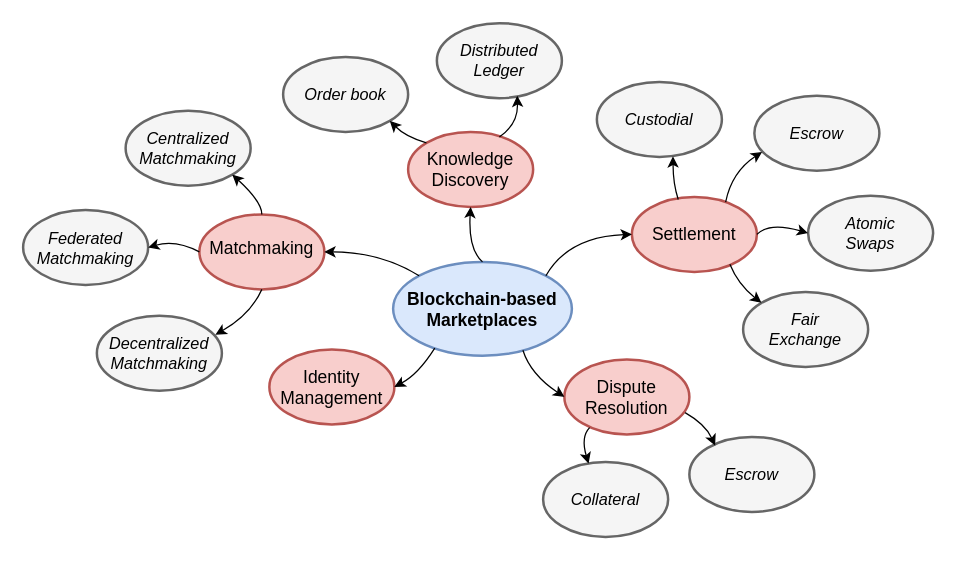
Earlier version of the draw.io diagram introduction/assets/decomposition.drawio (devos50/phd-thesis). Source tidied: cells renumbered, new cells numbered last; positions are measured from the earlier drawing's top-left corner, leaving out a move shared by most shapes. Both pictures are drawn from the tidied source at 125%, with x=0, y=0 at pixel (22, 22).
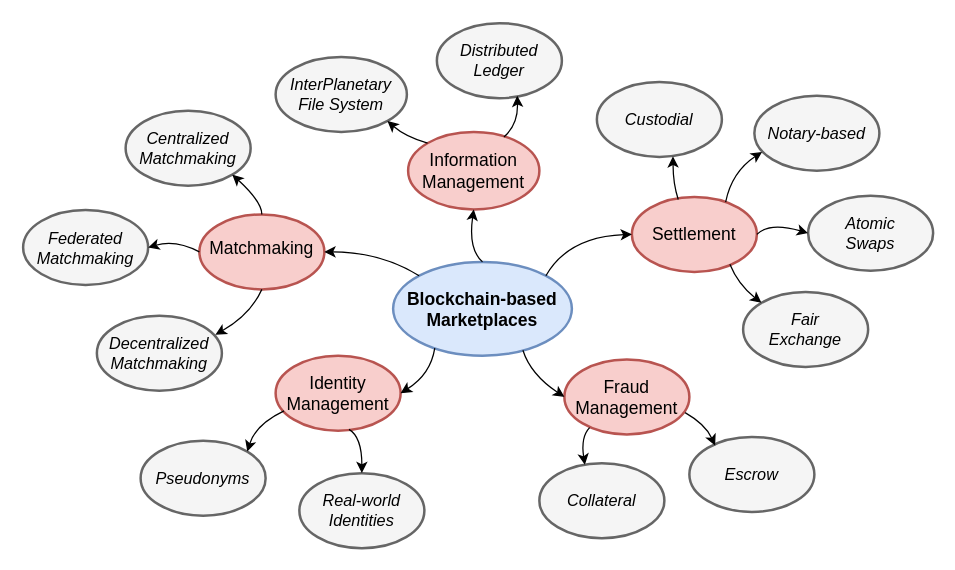
Above is the later version.

Unchanged cells that the change refers to:
```xml
<mxCell id="2" value="Blockchain-based&lt;br style=&quot;font-size: 14px&quot;&gt;Marketplaces" style="ellipse;whiteSpace=wrap;html=1;strokeWidth=2;fillColor=#dae8fc;strokeColor=#6c8ebf;fontStyle=1;fontSize=14;" parent="1" vertex="1">
  <mxGeometry x="296" y="191" width="143" height="75" as="geometry" />
</mxCell>
```

What changed in the source:
```diff
@@
     <mxCell id="4" value="Identity&lt;br&gt;Management" style="ellipse;whiteSpace=wrap;html=1;strokeWidth=2;fontStyle=0;fillColor=#f8cecc;strokeColor=#b85450;fontSize=14;" parent="1" vertex="1">
-      <mxGeometry x="197" y="261" width="100" height="60" as="geometry" />
+      <mxGeometry x="202" y="266" width="100" height="60" as="geometry" />
     </mxCell>
@@
-    <mxCell id="6" value="Dispute&lt;br style=&quot;font-size: 14px;&quot;&gt;Resolution" style="ellipse;whiteSpace=wrap;html=1;strokeWidth=2;fontStyle=0;fillColor=#f8cecc;strokeColor=#b85450;fontSize=14;" parent="1" vertex="1">
+    <mxCell id="6" value="Fraud&lt;br&gt;Management" style="ellipse;whiteSpace=wrap;html=1;strokeWidth=2;fontStyle=0;fillColor=#f8cecc;strokeColor=#b85450;fontSize=14;" parent="1" vertex="1">
       <mxGeometry x="433" y="269" width="100" height="60" as="geometry" />
     </mxCell>
@@
-    <mxCell id="13" value="Escrow" style="ellipse;whiteSpace=wrap;html=1;strokeWidth=2;fontStyle=2;fillColor=#f5f5f5;strokeColor=#666666;fontColor=#000000;fontSize=13;" parent="1" vertex="1">
+    <mxCell id="13" value="Notary-based" style="ellipse;whiteSpace=wrap;html=1;strokeWidth=2;fontStyle=2;fillColor=#f5f5f5;strokeColor=#666666;fontColor=#000000;fontSize=13;" parent="1" vertex="1">
       <mxGeometry x="585" y="58" width="100" height="60" as="geometry" />
     </mxCell>
@@
     <mxCell id="16" style="endArrow=classic;html=1;strokeWidth=1;fontSize=13;exitX=0.233;exitY=0.92;exitDx=0;exitDy=0;entryX=1;entryY=0.5;entryDx=0;entryDy=0;curved=1;exitPerimeter=0;" parent="1" edge="1" source="2" target="4">
       <mxGeometry relative="1" as="geometry">
         <Array as="points">
-          <mxPoint x="316" y="281" />
+          <mxPoint x="326" y="281" />
         </Array>
       </mxGeometry>
     </mxCell>
@@
-    <mxCell id="25" value="Knowledge&lt;br&gt;Discovery" style="ellipse;whiteSpace=wrap;html=1;strokeWidth=2;fontStyle=0;fillColor=#f8cecc;strokeColor=#b85450;fontSize=14;" parent="1" vertex="1">
-      <mxGeometry x="308" y="87" width="100" height="60" as="geometry" />
+    <mxCell id="25" value="Information&lt;br&gt;Management" style="ellipse;whiteSpace=wrap;html=1;strokeWidth=2;fontStyle=0;fillColor=#f8cecc;strokeColor=#b85450;fontSize=14;" parent="1" vertex="1">
+      <mxGeometry x="308" y="87" width="105" height="62" as="geometry" />
     </mxCell>
-    <mxCell id="26" value="Order book" style="ellipse;whiteSpace=wrap;html=1;strokeWidth=2;fontStyle=2;fillColor=#f5f5f5;strokeColor=#666666;fontColor=#000000;fontSize=13;" parent="1" vertex="1">
-      <mxGeometry x="208" y="27" width="100" height="60" as="geometry" />
+    <mxCell id="26" value="InterPlanetary&lt;br&gt;File System" style="ellipse;whiteSpace=wrap;html=1;strokeWidth=2;fontStyle=2;fillColor=#f5f5f5;strokeColor=#666666;fontColor=#000000;fontSize=13;" parent="1" vertex="1">
+      <mxGeometry x="202" y="27" width="105" height="60" as="geometry" />
     </mxCell>
@@
     <mxCell id="29" value="Collateral" style="ellipse;whiteSpace=wrap;html=1;strokeWidth=2;fontStyle=2;fillColor=#f5f5f5;strokeColor=#666666;fontColor=#000000;fontSize=13;" parent="1" vertex="1">
-      <mxGeometry x="416" y="351" width="100" height="60" as="geometry" />
+      <mxGeometry x="413" y="352" width="100" height="60" as="geometry" />
     </mxCell>
@@
+    <mxCell id="35" value="Pseudonyms" style="ellipse;whiteSpace=wrap;html=1;strokeWidth=2;fontStyle=2;fillColor=#f5f5f5;strokeColor=#666666;fontColor=#000000;fontSize=13;" parent="1" vertex="1">
+      <mxGeometry x="94" y="334" width="100" height="60" as="geometry" />
+    </mxCell>
+    <mxCell id="36" value="Real-world&lt;br&gt;Identities" style="ellipse;whiteSpace=wrap;html=1;strokeWidth=2;fontStyle=2;fillColor=#f5f5f5;strokeColor=#666666;fontColor=#000000;fontSize=13;" parent="1" vertex="1">
+      <mxGeometry x="221" y="360" width="100" height="60" as="geometry" />
+    </mxCell>
+    <mxCell id="37" style="endArrow=classic;html=1;exitX=0.587;exitY=0.983;exitDx=0;exitDy=0;entryX=0.5;entryY=0;entryDx=0;entryDy=0;exitPerimeter=0;curved=1;" parent="1" edge="1" source="4" target="36">
+      <mxGeometry relative="1" as="geometry">
+        <Array as="points">
+          <mxPoint x="271" y="331" />
+        </Array>
+      </mxGeometry>
+    </mxCell>
+    <mxCell id="38" style="endArrow=classic;html=1;exitX=0.067;exitY=0.736;exitDx=0;exitDy=0;entryX=1;entryY=0;entryDx=0;entryDy=0;exitPerimeter=0;curved=1;" parent="1" edge="1" source="4" target="35">
+      <mxGeometry relative="1" as="geometry">
+        <Array as="points">
+          <mxPoint x="186" y="321" />
+        </Array>
+      </mxGeometry>
+    </mxCell>
```
